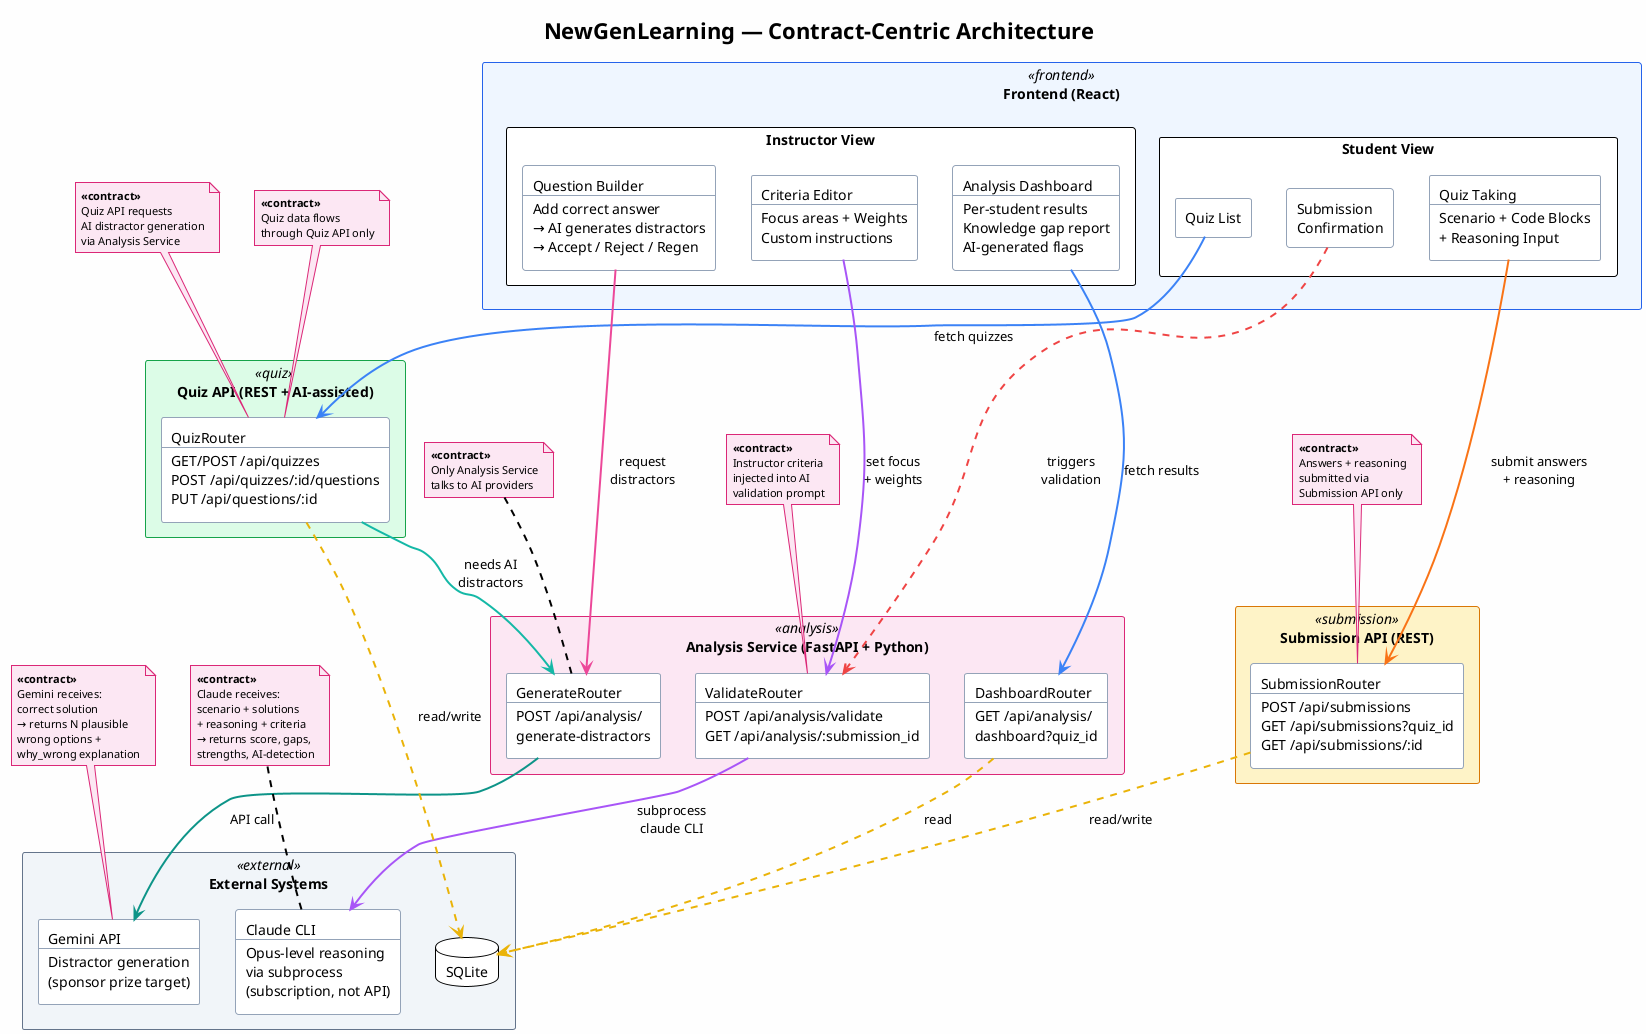
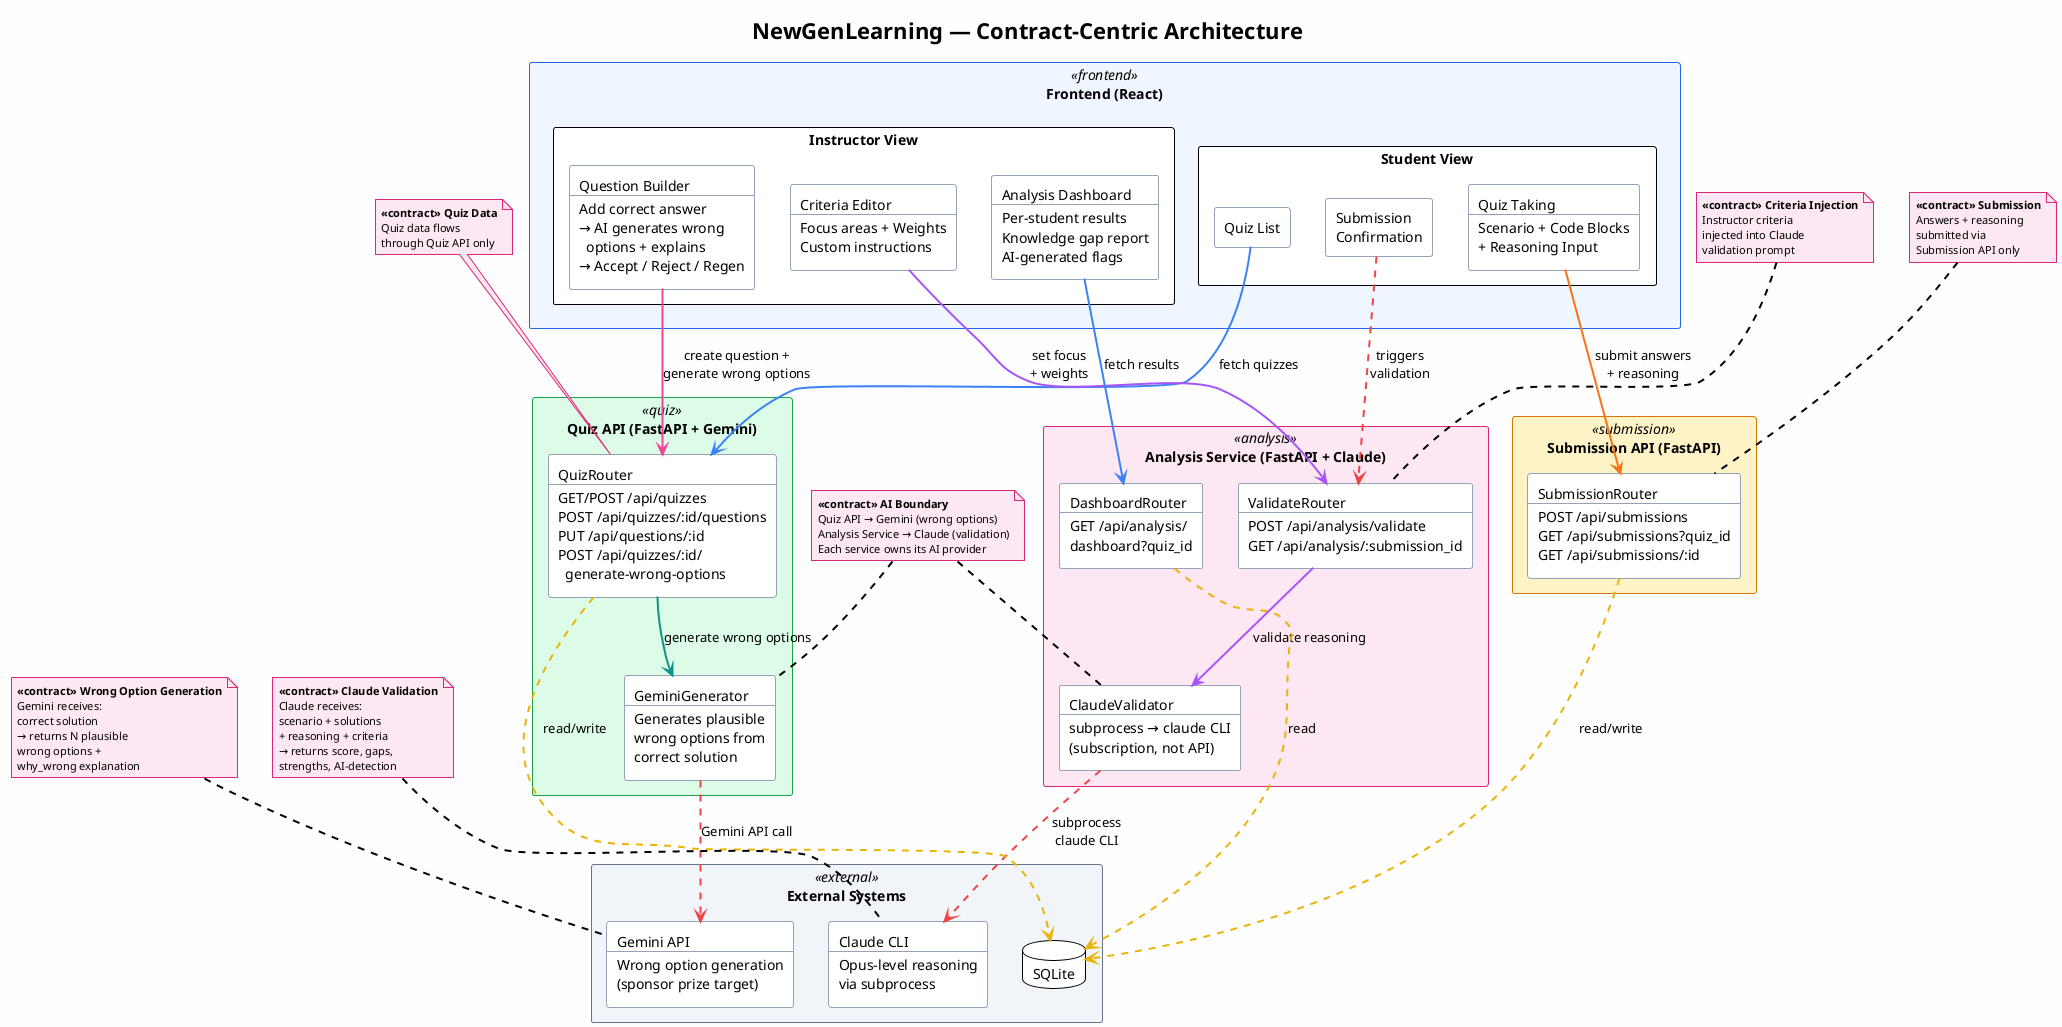
@startuml NewGenLearning Architecture Contract
!theme plain
skinparam backgroundColor #FEFEFE
skinparam defaultFontName "Segoe UI"
skinparam packageStyle rectangle
skinparam componentStyle rectangle
skinparam arrowThickness 2
skinparam shadowing false

title NewGenLearning — Contract-Centric Architecture

' === Colors ===
skinparam package {
  BackgroundColor<<frontend>> #EFF6FF
  BorderColor<<frontend>> #2563EB
  BackgroundColor<<quiz>> #DCFCE7
  BorderColor<<quiz>> #16A34A
  BackgroundColor<<submission>> #FEF3C7
  BorderColor<<submission>> #D97706
  BackgroundColor<<analysis>> #FCE7F3
  BorderColor<<analysis>> #DB2777
  BackgroundColor<<external>> #F1F5F9
  BorderColor<<external>> #64748B
}

skinparam component {
  BackgroundColor #FFFFFF
  BorderColor #94A3B8
}

skinparam note {
  BackgroundColor #FCE7F3
  BorderColor #DB2777
  FontSize 11
}

' ========== FRONTEND ==========
package "Frontend (React)" <<frontend>> {

  package "Student View" {
    component [Quiz List] as QL
    component [Quiz Taking\n---\nScenario + Code Blocks\n+ Reasoning Input] as QT
    component [Submission\nConfirmation] as SC
  }

  package "Instructor View" {
-     component [Question Builder\n---\nAdd correct answer\n→ AI generates distractors\n→ Accept / Reject / Regen] as QB
+     component [Question Builder\n---\nAdd correct answer\n→ AI generates wrong\n  options + explains\n→ Accept / Reject / Regen] as QB
    component [Analysis Dashboard\n---\nPer-student results\nKnowledge gap report\nAI-generated flags] as AD
    component [Criteria Editor\n---\nFocus areas + Weights\nCustom instructions] as CE
  }
}

' ========== QUIZ API ==========
- package "Quiz API (REST + AI-assisted)" <<quiz>> {
-   component [QuizRouter\n---\nGET/POST /api/quizzes\nPOST /api/quizzes/:id/questions\nPUT /api/questions/:id] as QR
+ package "Quiz API (FastAPI + Gemini)" <<quiz>> {
+   component [QuizRouter\n---\nGET/POST /api/quizzes\nPOST /api/quizzes/:id/questions\nPUT /api/questions/:id\nPOST /api/quizzes/:id/\n  generate-wrong-options] as QR
+   component [GeminiGenerator\n---\nGenerates plausible\nwrong options from\ncorrect solution] as GG
}

' ========== SUBMISSION API ==========
- package "Submission API (REST)" <<submission>> {
+ package "Submission API (FastAPI)" <<submission>> {
  component [SubmissionRouter\n---\nPOST /api/submissions\nGET /api/submissions?quiz_id\nGET /api/submissions/:id] as SR
}

' ========== ANALYSIS SERVICE ==========
- package "Analysis Service (FastAPI + Python)" <<analysis>> {
+ package "Analysis Service (FastAPI + Claude)" <<analysis>> {
  component [ValidateRouter\n---\nPOST /api/analysis/validate\nGET /api/analysis/:submission_id] as VR
-   component [GenerateRouter\n---\nPOST /api/analysis/\ngenerate-distractors] as GR
  component [DashboardRouter\n---\nGET /api/analysis/\ndashboard?quiz_id] as DR
+   component [ClaudeValidator\n---\nsubprocess → claude CLI\n(subscription, not API)] as CV
}

' ========== EXTERNAL ==========
package "External Systems" <<external>> {
-   component [Claude CLI\n---\nOpus-level reasoning\nvia subprocess\n(subscription, not API)] as CLAUDE
-   component [Gemini API\n---\nDistractor generation\n(sponsor prize target)] as GEMINI
+   component [Claude CLI\n---\nOpus-level reasoning\nvia subprocess] as CLAUDE
+   component [Gemini API\n---\nWrong option generation\n(sponsor prize target)] as GEMINI
  database "SQLite" as DB
}

' ========== CONTRACTS (Notes) ==========
note as C1
-   **«contract»**
+   **«contract» Quiz Data**
  Quiz data flows
  through Quiz API only
end note

note as C2
-   **«contract»**
+   **«contract» Submission**
  Answers + reasoning
  submitted via
  Submission API only
end note

note as C3
-   **«contract»**
-   Only Analysis Service
-   talks to AI providers
+   **«contract» AI Boundary**
+   Quiz API → Gemini (wrong options)
+   Analysis Service → Claude (validation)
+   Each service owns its AI provider
end note

note as C4
-   **«contract»**
+   **«contract» Criteria Injection**
  Instructor criteria
-   injected into AI
+   injected into Claude
  validation prompt
end note

note as C5
-   **«contract»**
+   **«contract» Claude Validation**
  Claude receives:
  scenario + solutions
  + reasoning + criteria
  → returns score, gaps,
  strengths, AI-detection
end note

note as C6
-   **«contract»**
+   **«contract» Wrong Option Generation**
  Gemini receives:
  correct solution
  → returns N plausible
  wrong options +
  why_wrong explanation
- end note
- 
- note as C7
-   **«contract»**
-   Quiz API requests
-   AI distractor generation
-   via Analysis Service
end note

' ========== STUDENT FLOW ==========
QL -[#3B82F6]-> QR : fetch quizzes
QT -[#F97316]-> SR : submit answers\n+ reasoning
SC .[#EF4444].> VR : triggers\nvalidation

' ========== INSTRUCTOR QUESTION FLOW ==========
- QB -[#EC4899]-> GR : request\ndistractors
- QR -[#14B8A6]-> GR : needs AI\ndistractors
+ QB -[#EC4899]-> QR : create question +\ngenerate wrong options
+ QR -[#0D9488]-> GG : generate wrong options
+ GG .[#EF4444].> GEMINI : Gemini API call

' ========== INSTRUCTOR CRITERIA FLOW ==========
CE -[#A855F7]-> VR : set focus\n+ weights

- ' ========== AI FLOWS ==========
- VR -[#A855F7]-> CLAUDE : subprocess\nclaude CLI
- GR -[#0D9488]-> GEMINI : API call
+ ' ========== VALIDATION FLOW ==========
+ VR -[#A855F7]-> CV : validate reasoning
+ CV .[#EF4444].> CLAUDE : subprocess\nclaude CLI

' ========== DASHBOARD ==========
AD -[#3B82F6]-> DR : fetch results

' ========== DATABASE ==========
QR .[#EAB308].> DB : read/write
SR .[#EAB308].> DB : read/write
DR .[#EAB308].> DB : read

' ========== CONTRACT PLACEMENTS ==========
C1 .. QR
C2 .. SR
- C3 .. GR
+ C3 .. GG
+ C3 .. CV
C4 .. VR
C5 .. CLAUDE
C6 .. GEMINI
- C7 .. QR

@enduml
